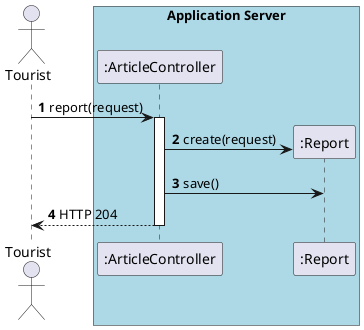
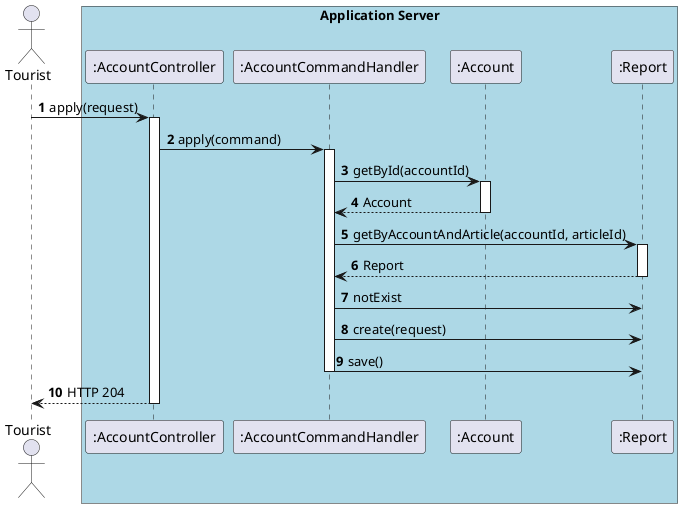
@startuml

autonumber

actor "Tourist" as tourist
box "Application Server" #LightBlue
-     participant ":ArticleController" as controller
-     participant ":Report" as activeRecord
+     participant ":AccountController" as controller
+     participant ":AccountCommandHandler" as handler
+     participant ":Account" as accRecord
+     participant ":Report" as reportRecord
end box

- tourist -> controller : report(request)
+ tourist -> controller : apply(request)
activate controller

- controller -> activeRecord ** : create(request)
- controller -> activeRecord : save()
+ controller -> handler : apply(command)
+ activate handler
+ 
+ handler -> accRecord : getById(accountId)
+ activate accRecord
+ handler <-- accRecord : Account
+ deactivate accRecord
+ 
+ handler -> reportRecord : getByAccountAndArticle(accountId, articleId)
+ activate reportRecord
+ handler <-- reportRecord : Report
+ deactivate reportRecord
+ 
+ handler -> reportRecord : notExist
+ 
+ handler -> reportRecord : create(request)
+ handler -> reportRecord : save()
+ 
+ deactivate handler

controller --> tourist : HTTP 204
deactivate controller

@enduml